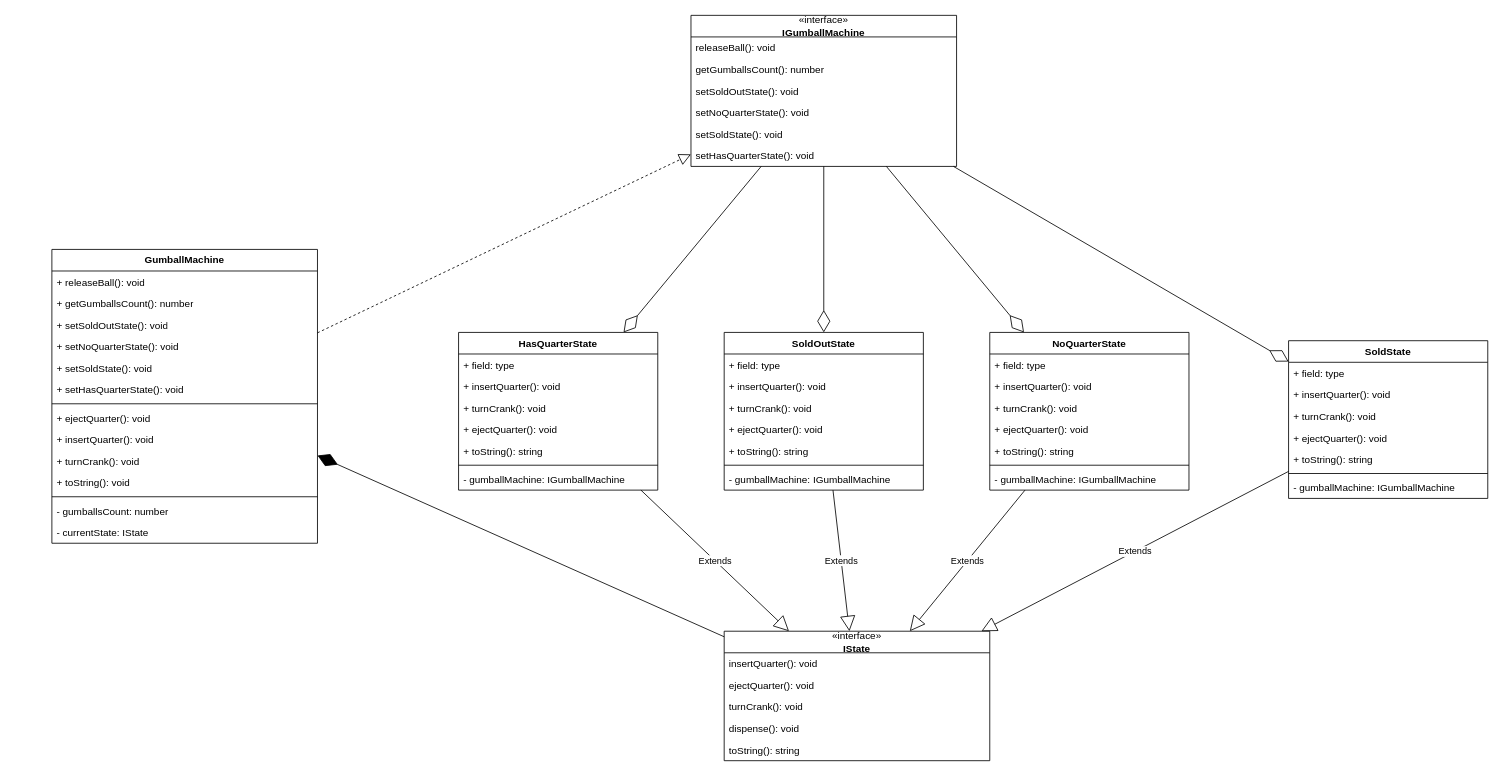
Before: labs/lab8/GumballMachine/UML.drawio in danilovvvladimir/OOD, a draw.io diagram. Source tidied: cells renumbered, new cells numbered last; positions are measured from the earlier drawing's top-left corner, leaving out a move shared by most shapes. Both pictures are drawn from the tidied source at 83%, with x=0, y=0 at pixel (51, 15).
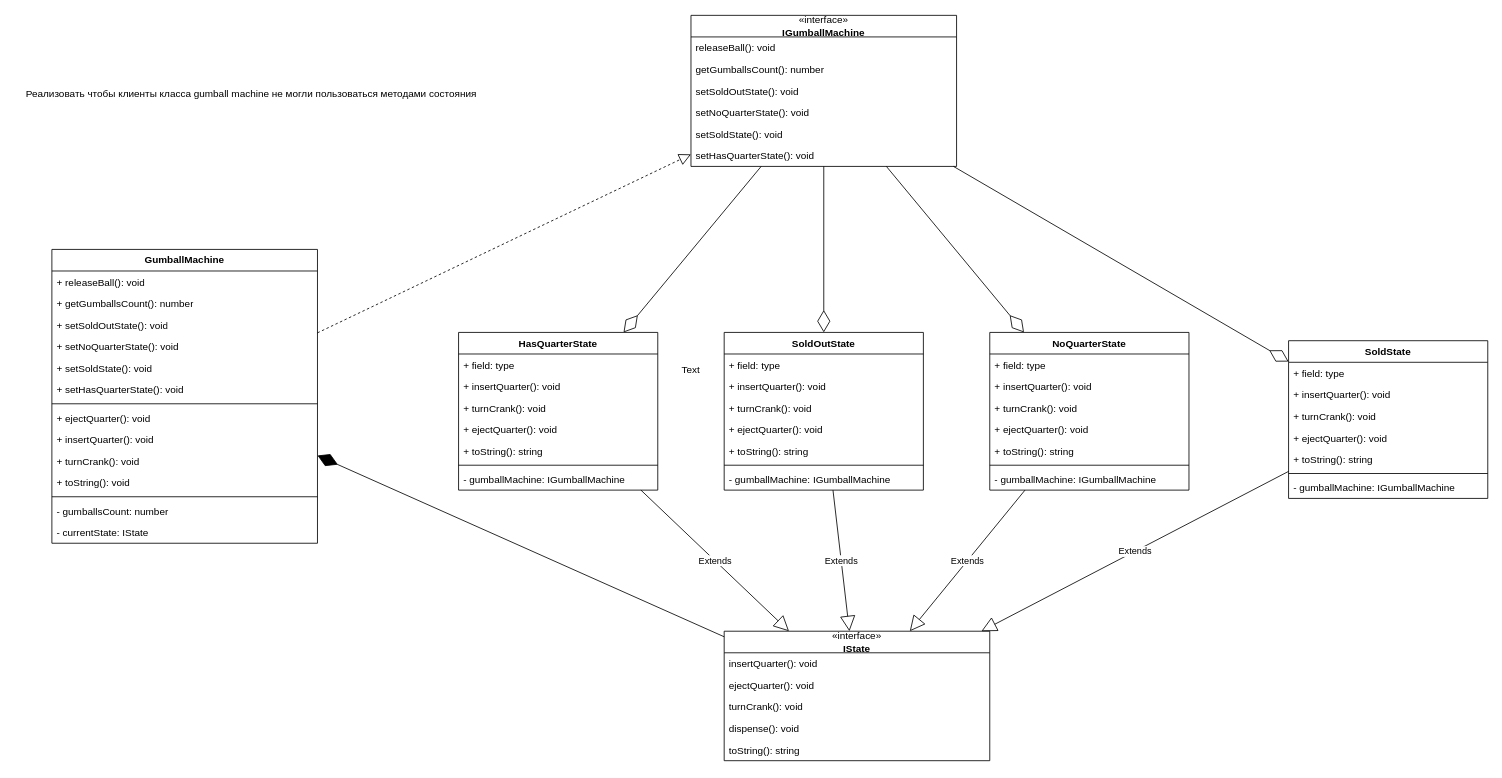
The same page after the edit.

Diff of the diagram source:
```diff
@@
+    <mxCell id="72" value="Text" style="text;html=1;strokeColor=none;fillColor=none;align=center;verticalAlign=middle;whiteSpace=wrap;rounded=0;" parent="1" vertex="1">
+      <mxGeometry x="740" y="412" width="60" height="30" as="geometry" />
+    </mxCell>
+    <mxCell id="73" value="Реализовать чтобы клиенты класса gumball machine не могли пользоваться методами состояния" style="text;html=1;align=center;verticalAlign=middle;strokeColor=none;fillColor=none;" parent="1" vertex="1">
+      <mxGeometry x="-45" y="80" width="570" height="30" as="geometry" />
+    </mxCell>
```
